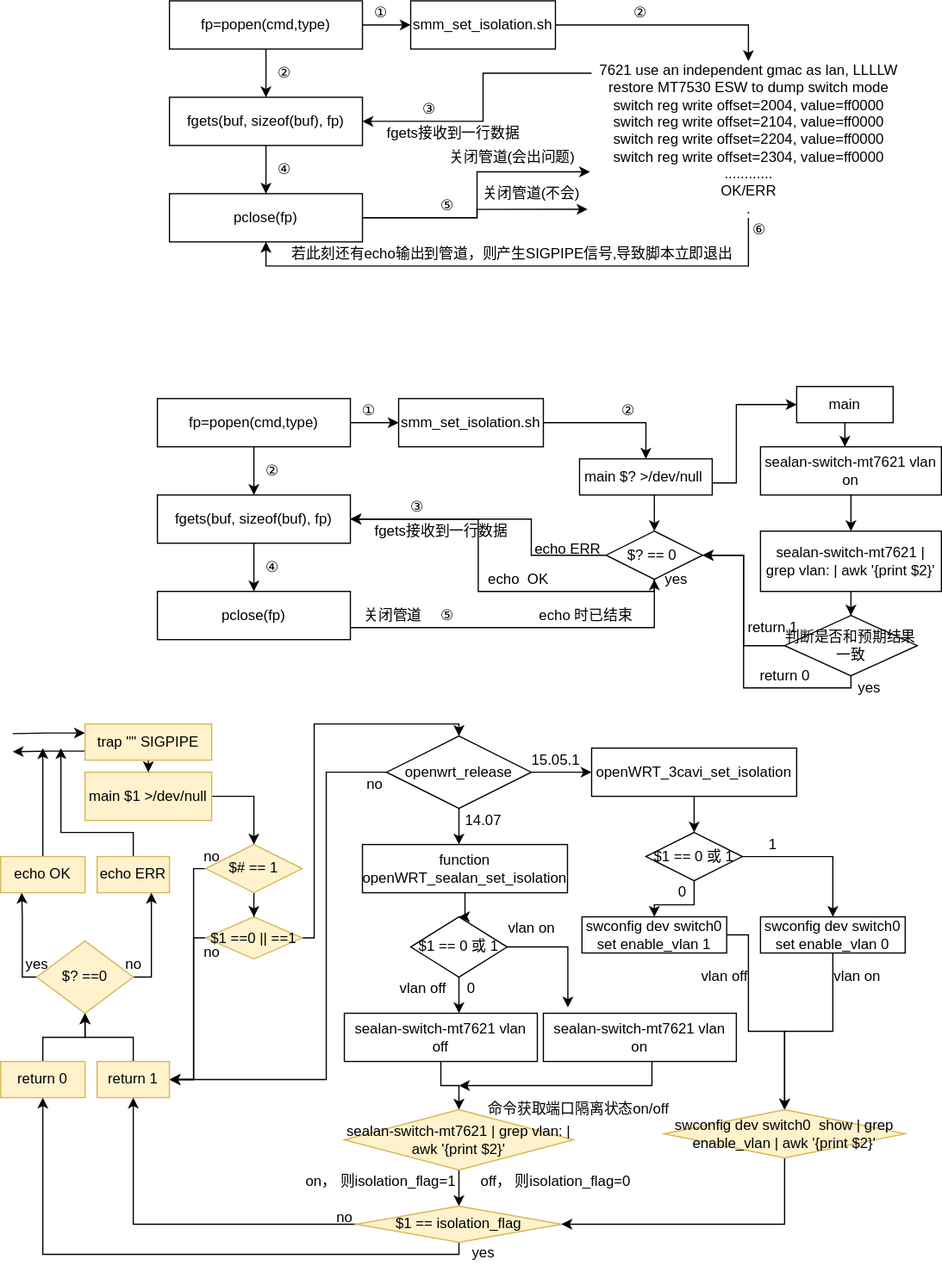
The draw.io diagram drag_demo/popen_isolation.svg in Archive-ch/Web_Demo, before a commit. Source tidied: cells renumbered, new cells last; positions are measured from the earlier drawing's top-left corner, leaving out a move shared by most shapes.
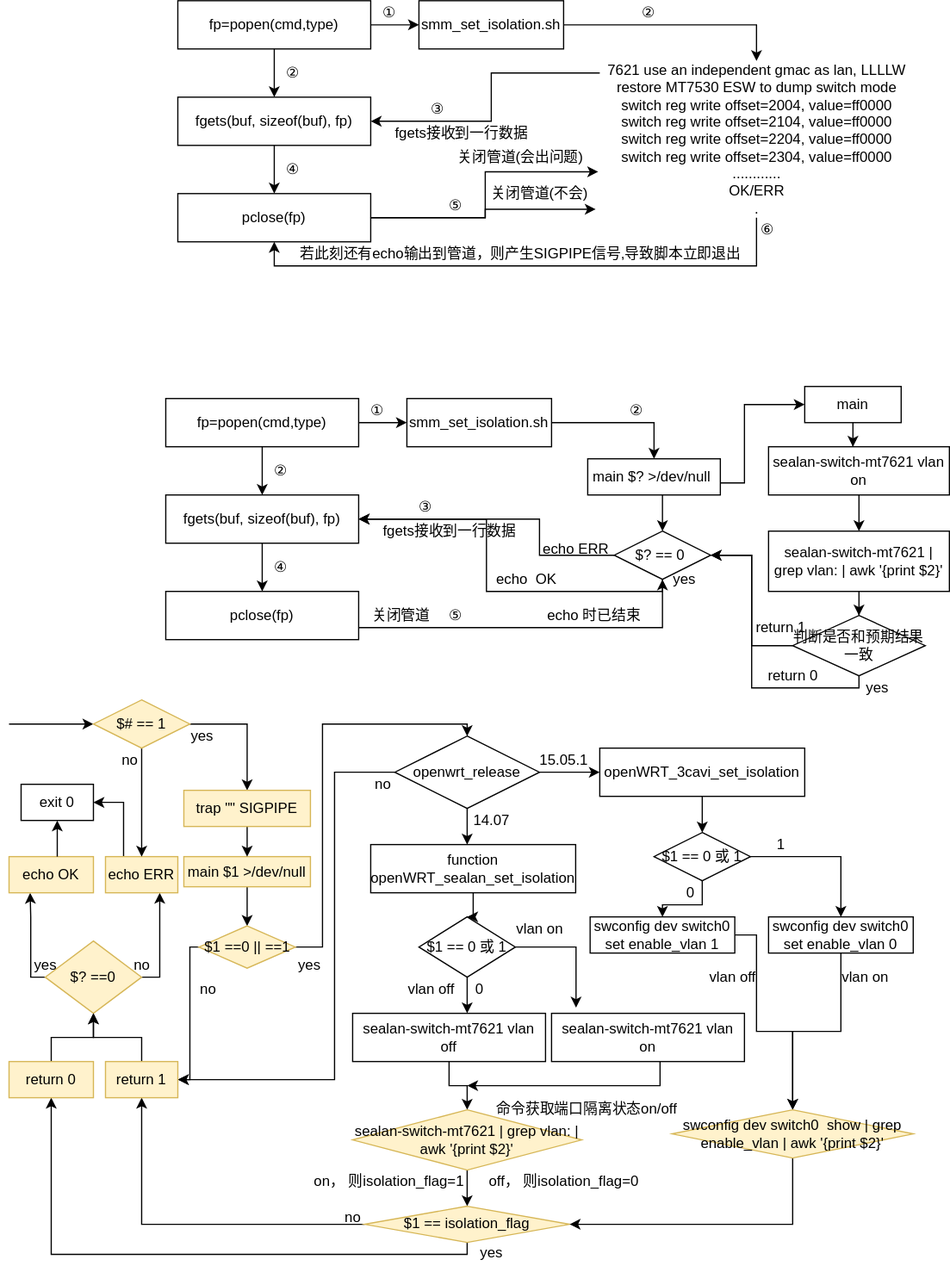
The same file after the commit.

Change to the diagram source:
```diff
@@ -251,15 +251,11 @@
     <mxCell id="64" value="echo ERR" style="text;html=1;align=center;verticalAlign=middle;" parent="1" vertex="1">
       <mxGeometry x="435" y="445" width="70" height="20" as="geometry" />
     </mxCell>
-    <mxCell id="65" style="edgeStyle=orthogonalEdgeStyle;rounded=0;jettySize=auto;html=1;entryX=0.5;entryY=0;entryDx=0;entryDy=0;" parent="1" edge="1" source="66" target="122">
-      <mxGeometry relative="1" as="geometry">
-        <Array as="points">
-          <mxPoint x="210" y="660" />
-        </Array>
-      </mxGeometry>
-    </mxCell>
+    <mxCell id="136" style="edgeStyle=orthogonalEdgeStyle;rounded=0;jettySize=auto;html=1;entryX=0.5;entryY=0;entryDx=0;entryDy=0;startArrow=none;startFill=0;endArrow=classic;endFill=1;" parent="1" edge="1" source="66" target="103">
+      <mxGeometry relative="1" as="geometry" />
+    </mxCell>
     <mxCell id="66" value="main $1 &amp;gt;/dev/null" style="whiteSpace=wrap;html=1;fillColor=#fff2cc;strokeColor=#d6b656;" parent="1" vertex="1">
-      <mxGeometry x="70" y="640" width="105" height="40" as="geometry" />
+      <mxGeometry x="145" y="710" width="105" height="25" as="geometry" />
     </mxCell>
     <mxCell id="67" style="edgeStyle=orthogonalEdgeStyle;rounded=0;jettySize=auto;html=1;" parent="1" edge="1" source="70">
       <mxGeometry relative="1" as="geometry">
@@ -378,24 +374,12 @@
     <mxCell id="93" value="$? ==0" style="rhombus;whiteSpace=wrap;html=1;fillColor=#fff2cc;strokeColor=#d6b656;" parent="1" vertex="1">
       <mxGeometry x="30" y="780" width="80" height="60" as="geometry" />
     </mxCell>
-    <mxCell id="94" style="edgeStyle=orthogonalEdgeStyle;rounded=0;jettySize=auto;html=1;startArrow=none;startFill=0;endArrow=classic;endFill=1;" parent="1" edge="1" source="95">
-      <mxGeometry relative="1" as="geometry">
-        <mxPoint x="35" y="620" as="targetPoint" />
-      </mxGeometry>
-    </mxCell>
     <mxCell id="95" value="echo OK" style="whiteSpace=wrap;html=1;fillColor=#fff2cc;strokeColor=#d6b656;" parent="1" vertex="1">
       <mxGeometry y="710" width="70" height="30" as="geometry" />
     </mxCell>
-    <mxCell id="96" style="edgeStyle=orthogonalEdgeStyle;rounded=0;jettySize=auto;html=1;startArrow=none;startFill=0;endArrow=classic;endFill=1;" parent="1" edge="1" source="97">
-      <mxGeometry relative="1" as="geometry">
-        <mxPoint x="50" y="620" as="targetPoint" />
-        <Array as="points">
-          <mxPoint x="110" y="690" />
-          <mxPoint x="50" y="690" />
-          <mxPoint x="50" y="660" />
-        </Array>
-      </mxGeometry>
-    </mxCell>
+    <mxCell id="137" style="edgeStyle=orthogonalEdgeStyle;rounded=0;jumpSize=0;jettySize=auto;html=1;exitX=0.25;exitY=0;exitDx=0;exitDy=0;entryX=1;entryY=0.5;entryDx=0;entryDy=0;startArrow=none;startFill=0;endArrow=classic;endFill=1;" parent="1" edge="1" source="97" target="141">
+      <mxGeometry relative="1" as="geometry" />
+    </mxCell>
     <mxCell id="97" value="echo ERR" style="whiteSpace=wrap;html=1;fillColor=#fff2cc;strokeColor=#d6b656;" parent="1" vertex="1">
       <mxGeometry x="80" y="710" width="60" height="30" as="geometry" />
     </mxCell>
@@ -411,22 +395,22 @@
     <mxCell id="101" style="edgeStyle=orthogonalEdgeStyle;rounded=0;jettySize=auto;html=1;entryX=1;entryY=0.5;entryDx=0;entryDy=0;" parent="1" edge="1" source="103" target="126">
       <mxGeometry relative="1" as="geometry">
         <Array as="points">
-          <mxPoint x="160" y="778" />
-          <mxPoint x="160" y="895" />
+          <mxPoint x="150" y="785" />
+          <mxPoint x="150" y="895" />
         </Array>
       </mxGeometry>
     </mxCell>
     <mxCell id="102" style="edgeStyle=orthogonalEdgeStyle;rounded=0;jettySize=auto;html=1;entryX=0.5;entryY=0;entryDx=0;entryDy=0;" parent="1" edge="1" source="103" target="70">
       <mxGeometry relative="1" as="geometry">
         <Array as="points">
-          <mxPoint x="260" y="778" />
+          <mxPoint x="260" y="785" />
           <mxPoint x="260" y="600" />
           <mxPoint x="380" y="600" />
         </Array>
       </mxGeometry>
     </mxCell>
     <mxCell id="103" value="$1 ==0 || ==1" style="rhombus;whiteSpace=wrap;html=1;fillColor=#fff2cc;strokeColor=#d6b656;" parent="1" vertex="1">
-      <mxGeometry x="170" y="760" width="80" height="35" as="geometry" />
+      <mxGeometry x="157.5" y="767.5" width="80" height="35" as="geometry" />
     </mxCell>
     <mxCell id="104" value="15.05.1" style="text;html=1;align=center;verticalAlign=middle;" parent="1" vertex="1">
       <mxGeometry x="430" y="620" width="60" height="20" as="geometry" />
@@ -488,19 +472,28 @@
     <mxCell id="119" value="vlan on" style="text;html=1;align=center;verticalAlign=middle;" parent="1" vertex="1">
       <mxGeometry x="685" y="800" width="50" height="20" as="geometry" />
     </mxCell>
-    <mxCell id="120" style="edgeStyle=orthogonalEdgeStyle;rounded=0;jettySize=auto;html=1;" parent="1" edge="1" source="122" target="103">
-      <mxGeometry relative="1" as="geometry" />
-    </mxCell>
-    <mxCell id="121" style="edgeStyle=orthogonalEdgeStyle;rounded=0;jettySize=auto;html=1;entryX=1;entryY=0.5;entryDx=0;entryDy=0;" parent="1" edge="1" source="122" target="126">
-      <mxGeometry relative="1" as="geometry">
-        <Array as="points">
-          <mxPoint x="160" y="720" />
-          <mxPoint x="160" y="895" />
-        </Array>
-      </mxGeometry>
-    </mxCell>
+    <mxCell id="138" style="edgeStyle=orthogonalEdgeStyle;rounded=0;jettySize=auto;html=1;startArrow=none;startFill=0;endArrow=classic;endFill=1;" parent="1" edge="1" source="122" target="97">
+      <mxGeometry relative="1" as="geometry">
+        <Array as="points">
+          <mxPoint x="110" y="660" />
+          <mxPoint x="110" y="660" />
+        </Array>
+      </mxGeometry>
+    </mxCell>
+    <mxCell id="139" style="edgeStyle=orthogonalEdgeStyle;rounded=0;jettySize=auto;html=1;entryX=0.5;entryY=0;entryDx=0;entryDy=0;startArrow=none;startFill=0;endArrow=classic;endFill=1;" parent="1" edge="1" source="122" target="135">
+      <mxGeometry relative="1" as="geometry">
+        <Array as="points">
+          <mxPoint x="198" y="600" />
+        </Array>
+      </mxGeometry>
+    </mxCell>
+    <mxCell id="140" style="edgeStyle=orthogonalEdgeStyle;rounded=0;jettySize=auto;html=1;startArrow=classic;startFill=1;endArrow=none;endFill=0;" parent="1" edge="1" source="122">
+      <mxGeometry relative="1" as="geometry">
+        <mxPoint y="600" as="targetPoint" />
+      </mxGeometry>
+    </mxCell>
     <mxCell id="122" value="$# == 1" style="rhombus;whiteSpace=wrap;html=1;fillColor=#fff2cc;strokeColor=#d6b656;" parent="1" vertex="1">
-      <mxGeometry x="170" y="700" width="80" height="40" as="geometry" />
+      <mxGeometry x="70" y="580" width="80" height="40" as="geometry" />
     </mxCell>
     <mxCell id="123" style="edgeStyle=orthogonalEdgeStyle;rounded=0;jettySize=auto;html=1;entryX=0.5;entryY=1;entryDx=0;entryDy=0;" parent="1" edge="1" source="124" target="93">
       <mxGeometry relative="1" as="geometry" />
@@ -514,11 +507,8 @@
     <mxCell id="126" value="return 1" style="whiteSpace=wrap;html=1;fillColor=#fff2cc;strokeColor=#d6b656;" parent="1" vertex="1">
       <mxGeometry x="80" y="880" width="60" height="30" as="geometry" />
     </mxCell>
-    <mxCell id="127" value="no" style="text;html=1;align=center;verticalAlign=middle;" parent="1" vertex="1">
-      <mxGeometry x="160" y="700" width="30" height="20" as="geometry" />
-    </mxCell>
     <mxCell id="128" value="no" style="text;html=1;align=center;verticalAlign=middle;" parent="1" vertex="1">
-      <mxGeometry x="160" y="780" width="30" height="20" as="geometry" />
+      <mxGeometry x="150" y="810" width="30" height="20" as="geometry" />
     </mxCell>
     <mxCell id="129" value="yes" style="text;html=1;align=center;verticalAlign=middle;" parent="1" vertex="1">
       <mxGeometry x="15" y="790" width="30" height="20" as="geometry" />
@@ -529,21 +519,31 @@
     <mxCell id="131" value="no" style="text;html=1;align=center;verticalAlign=middle;" parent="1" vertex="1">
       <mxGeometry x="295" y="640" width="30" height="20" as="geometry" />
     </mxCell>
-    <mxCell id="132" style="edgeStyle=orthogonalEdgeStyle;rounded=0;jettySize=auto;html=1;exitX=0.5;exitY=1;exitDx=0;exitDy=0;entryX=0.5;entryY=0;entryDx=0;entryDy=0;startArrow=none;startFill=0;endArrow=classic;endFill=1;" parent="1" edge="1" source="135" target="66">
+    <mxCell id="132" style="edgeStyle=orthogonalEdgeStyle;rounded=0;jettySize=auto;html=1;startArrow=none;startFill=0;endArrow=classic;endFill=1;" parent="1" edge="1" source="135" target="66">
       <mxGeometry relative="1" as="geometry" />
     </mxCell>
-    <mxCell id="133" style="edgeStyle=orthogonalEdgeStyle;rounded=0;jettySize=auto;html=1;exitX=0;exitY=0.25;exitDx=0;exitDy=0;startArrow=classic;startFill=1;endArrow=none;endFill=0;" parent="1" edge="1" source="135">
-      <mxGeometry relative="1" as="geometry">
-        <mxPoint x="10" y="608" as="targetPoint" />
-      </mxGeometry>
-    </mxCell>
-    <mxCell id="134" style="edgeStyle=orthogonalEdgeStyle;rounded=0;jettySize=auto;html=1;exitX=0;exitY=0.75;exitDx=0;exitDy=0;startArrow=none;startFill=0;endArrow=classic;endFill=1;" parent="1" edge="1" source="135">
-      <mxGeometry relative="1" as="geometry">
-        <mxPoint x="10" y="623" as="targetPoint" />
-      </mxGeometry>
-    </mxCell>
     <mxCell id="135" value="trap &quot;&quot; SIGPIPE" style="whiteSpace=wrap;html=1;fillColor=#fff2cc;strokeColor=#d6b656;" parent="1" vertex="1">
-      <mxGeometry x="70" y="600" width="105" height="30" as="geometry" />
+      <mxGeometry x="145" y="655" width="105" height="30" as="geometry" />
     </mxCell>
+    <mxCell id="141" value="exit 0" style="whiteSpace=wrap;html=1;" parent="1" vertex="1">
+      <mxGeometry x="10" y="650" width="60" height="30" as="geometry" />
+    </mxCell>
+    <mxCell id="142" style="edgeStyle=orthogonalEdgeStyle;rounded=0;jettySize=auto;html=1;startArrow=none;startFill=0;endArrow=classic;endFill=1;" parent="1" edge="1" source="95" target="141">
+      <mxGeometry relative="1" as="geometry">
+        <Array as="points">
+          <mxPoint x="40" y="700" />
+          <mxPoint x="40" y="700" />
+        </Array>
+      </mxGeometry>
+    </mxCell>
+    <mxCell id="143" value="yes" style="text;html=1;align=center;verticalAlign=middle;" parent="1" vertex="1">
+      <mxGeometry x="145" y="600" width="30" height="20" as="geometry" />
+    </mxCell>
+    <mxCell id="127" value="no" style="text;html=1;align=center;verticalAlign=middle;" parent="1" vertex="1">
+      <mxGeometry x="85" y="620" width="30" height="20" as="geometry" />
+    </mxCell>
+    <mxCell id="144" value="yes" style="text;html=1;align=center;verticalAlign=middle;" parent="1" vertex="1">
+      <mxGeometry x="234" y="790" width="30" height="20" as="geometry" />
+    </mxCell>
   </root>
 </mxGraphModel>
```
